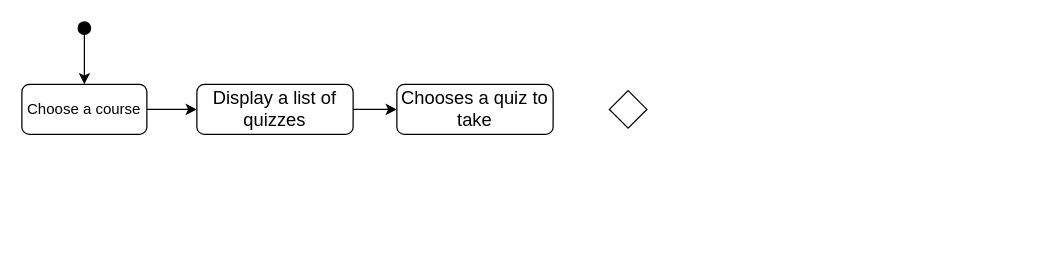
HuyVuong08/Software-Engineering keeps this draw.io diagram as Activity Diagram.drawio. Above is the earlier version. Source tidied: cells renumbered, new cells numbered last; positions are measured from the earlier drawing's top-left corner, leaving out a move shared by most shapes. Both pictures are drawn from the tidied source at 125%, with x=0, y=0 at pixel (21, 21).
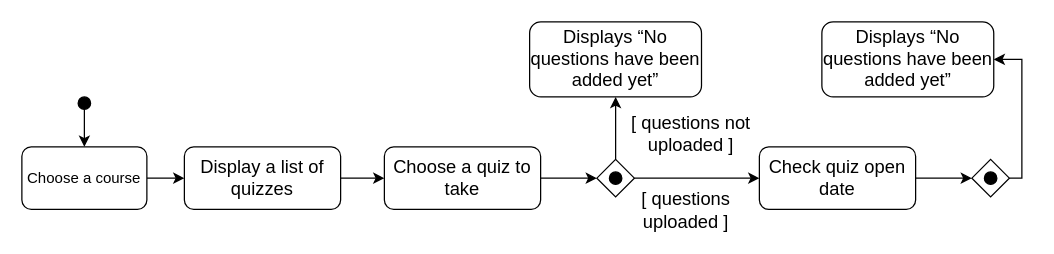
After the change.

The edit, as a diff of the source:
```diff
@@
     <mxCell id="3" style="ellipse;whiteSpace=wrap;html=1;fillColor=#000000;" parent="1" vertex="1">
-      <mxGeometry x="45" width="10" height="10" as="geometry" />
+      <mxGeometry x="45" y="60" width="10" height="10" as="geometry" />
     </mxCell>
@@
     <mxCell id="5" value="Choose a course" style="rounded=1;whiteSpace=wrap;html=1;fillColor=#FFFFFF;" parent="1" vertex="1">
-      <mxGeometry y="50" width="100" height="40" as="geometry" />
+      <mxGeometry y="100" width="100" height="50" as="geometry" />
     </mxCell>
@@
     <mxCell id="7" value="&lt;span style=&quot;font-size: 11pt ; font-family: &amp;#34;arial&amp;#34; ; color: rgb(0 , 0 , 0) ; background-color: transparent ; font-weight: 400 ; font-style: normal ; font-variant: normal ; text-decoration: none ; vertical-align: baseline&quot; id=&quot;docs-internal-guid-ca1dcce4-7fff-27a4-cba9-b2763112202d&quot;&gt;Display a list of quizzes&lt;/span&gt;" style="rounded=1;whiteSpace=wrap;html=1;fillColor=#FFFFFF;" parent="1" vertex="1">
-      <mxGeometry x="140" y="50" width="125" height="40" as="geometry" />
+      <mxGeometry x="130" y="100" width="125" height="50" as="geometry" />
     </mxCell>
+    <mxCell id="10" style="edgeStyle=orthogonalEdgeStyle;rounded=0;jettySize=auto;html=1;entryX=0;entryY=0.5;entryDx=0;entryDy=0;" parent="1" edge="1" source="8" target="9">
+      <mxGeometry relative="1" as="geometry" />
+    </mxCell>
-    <mxCell id="8" value="&lt;span style=&quot;font-size: 11pt ; font-family: &amp;#34;arial&amp;#34; ; color: rgb(0 , 0 , 0) ; background-color: transparent ; font-weight: 400 ; font-style: normal ; font-variant: normal ; text-decoration: none ; vertical-align: baseline&quot; id=&quot;docs-internal-guid-f9b0f070-7fff-f607-0604-e5bbde5d65c2&quot;&gt;Chooses a quiz to take&lt;/span&gt;" style="rounded=1;whiteSpace=wrap;html=1;fillColor=#FFFFFF;" parent="1" vertex="1">
-      <mxGeometry x="300" y="50" width="125" height="40" as="geometry" />
+    <mxCell id="8" value="&lt;span style=&quot;font-size: 11pt ; font-family: &amp;#34;arial&amp;#34; ; color: rgb(0 , 0 , 0) ; background-color: transparent ; font-weight: 400 ; font-style: normal ; font-variant: normal ; text-decoration: none ; vertical-align: baseline&quot; id=&quot;docs-internal-guid-f9b0f070-7fff-f607-0604-e5bbde5d65c2&quot;&gt;Choose a quiz to take&lt;/span&gt;" style="rounded=1;whiteSpace=wrap;html=1;fillColor=#FFFFFF;" parent="1" vertex="1">
+      <mxGeometry x="290" y="100" width="125" height="50" as="geometry" />
     </mxCell>
+    <mxCell id="11" style="group;" parent="1" vertex="1">
+      <mxGeometry x="460" y="110" width="30" height="30" as="geometry" />
+    </mxCell>
+    <mxCell id="12" style="group;" parent="11" vertex="1">
+      <mxGeometry width="30" height="30" as="geometry" />
+    </mxCell>
-    <mxCell id="9" style="rhombus;whiteSpace=wrap;html=1;fillColor=#FFFFFF;" parent="1" vertex="1">
-      <mxGeometry x="470" y="55" width="30" height="30" as="geometry" />
+    <mxCell id="9" style="rhombus;whiteSpace=wrap;html=1;fillColor=#FFFFFF;" parent="12" vertex="1">
+      <mxGeometry width="30" height="30" as="geometry" />
     </mxCell>
+    <mxCell id="13" style="ellipse;whiteSpace=wrap;html=1;fillColor=#000000;" parent="12" vertex="1">
+      <mxGeometry x="10" y="10" width="10" height="10" as="geometry" />
+    </mxCell>
+    <mxCell id="14" style="edgeStyle=orthogonalEdgeStyle;rounded=0;jettySize=auto;html=1;exitX=1;exitY=0.5;exitDx=0;exitDy=0;entryX=0;entryY=0.5;entryDx=0;entryDy=0;" parent="1" edge="1" source="15" target="21">
+      <mxGeometry relative="1" as="geometry" />
+    </mxCell>
+    <mxCell id="15" value="&lt;span style=&quot;font-size: 11pt ; font-family: &amp;#34;arial&amp;#34; ; color: rgb(0 , 0 , 0) ; background-color: transparent ; font-weight: 400 ; font-style: normal ; font-variant: normal ; text-decoration: none ; vertical-align: baseline&quot; id=&quot;docs-internal-guid-7c33a0d0-7fff-b234-5660-c0ef3cbe4906&quot;&gt;Check quiz open date&lt;/span&gt;" style="rounded=1;whiteSpace=wrap;html=1;fillColor=#FFFFFF;" parent="1" vertex="1">
+      <mxGeometry x="590" y="100" width="125" height="50" as="geometry" />
+    </mxCell>
+    <mxCell id="16" style="edgeStyle=orthogonalEdgeStyle;rounded=0;jettySize=auto;html=1;" parent="1" edge="1" source="9" target="15">
+      <mxGeometry relative="1" as="geometry" />
+    </mxCell>
+    <mxCell id="17" value="&lt;div&gt;&lt;span style=&quot;font-size: 11pt ; font-family: &amp;#34;arial&amp;#34; ; color: rgb(0 , 0 , 0) ; background-color: transparent ; font-weight: 400 ; font-style: normal ; font-variant: normal ; text-decoration: none ; vertical-align: baseline&quot; id=&quot;docs-internal-guid-7c33a0d0-7fff-b234-5660-c0ef3cbe4906&quot;&gt;[ questions &lt;br&gt;&lt;/span&gt;&lt;/div&gt;&lt;div&gt;&lt;span style=&quot;font-size: 11pt ; font-family: &amp;#34;arial&amp;#34; ; color: rgb(0 , 0 , 0) ; background-color: transparent ; font-weight: 400 ; font-style: normal ; font-variant: normal ; text-decoration: none ; vertical-align: baseline&quot; id=&quot;docs-internal-guid-7c33a0d0-7fff-b234-5660-c0ef3cbe4906&quot;&gt;uploaded ]&lt;/span&gt;&lt;/div&gt;" style="edgeLabel;html=1;align=center;verticalAlign=middle;" parent="16" vertex="1">
+      <mxGeometry x="-0.3" y="-2" relative="1" as="geometry">
+        <mxPoint x="5" y="23" as="offset" />
+      </mxGeometry>
+    </mxCell>
+    <mxCell id="18" value="&lt;span style=&quot;font-size: 11pt ; font-family: &amp;#34;arial&amp;#34; ; color: rgb(0 , 0 , 0) ; background-color: transparent ; font-weight: 400 ; font-style: normal ; font-variant: normal ; text-decoration: none ; vertical-align: baseline&quot; id=&quot;docs-internal-guid-cef091fc-7fff-853b-4662-05197f052c5b&quot;&gt;Displays “No questions have been added yet”&lt;/span&gt;" style="rounded=1;whiteSpace=wrap;html=1;fillColor=#FFFFFF;" parent="1" vertex="1">
+      <mxGeometry x="406.2" width="137.5" height="60" as="geometry" />
+    </mxCell>
+    <mxCell id="19" style="group;" parent="1" vertex="1">
+      <mxGeometry x="760" y="110" width="30" height="30" as="geometry" />
+    </mxCell>
+    <mxCell id="20" style="group;" parent="19" vertex="1">
+      <mxGeometry width="30" height="30" as="geometry" />
+    </mxCell>
+    <mxCell id="21" style="rhombus;whiteSpace=wrap;html=1;fillColor=#FFFFFF;" parent="20" vertex="1">
+      <mxGeometry width="30" height="30" as="geometry" />
+    </mxCell>
+    <mxCell id="22" style="ellipse;whiteSpace=wrap;html=1;fillColor=#000000;" parent="20" vertex="1">
+      <mxGeometry x="10" y="10" width="10" height="10" as="geometry" />
+    </mxCell>
+    <mxCell id="23" style="edgeStyle=orthogonalEdgeStyle;rounded=0;jettySize=auto;html=1;" parent="1" edge="1" source="9" target="18">
+      <mxGeometry relative="1" as="geometry" />
+    </mxCell>
+    <mxCell id="24" value="&lt;div&gt;&lt;span style=&quot;font-size: 11pt ; font-family: &amp;#34;arial&amp;#34; ; color: rgb(0 , 0 , 0) ; background-color: transparent ; font-weight: 400 ; font-style: normal ; font-variant: normal ; text-decoration: none ; vertical-align: baseline&quot; id=&quot;docs-internal-guid-7c33a0d0-7fff-b234-5660-c0ef3cbe4906&quot;&gt;[ questions not &lt;br&gt;&lt;/span&gt;&lt;/div&gt;&lt;div&gt;&lt;span style=&quot;font-size: 11pt ; font-family: &amp;#34;arial&amp;#34; ; color: rgb(0 , 0 , 0) ; background-color: transparent ; font-weight: 400 ; font-style: normal ; font-variant: normal ; text-decoration: none ; vertical-align: baseline&quot; id=&quot;docs-internal-guid-7c33a0d0-7fff-b234-5660-c0ef3cbe4906&quot;&gt;uploaded ]&lt;/span&gt;&lt;/div&gt;" style="text;html=1;align=center;verticalAlign=middle;strokeColor=none;" parent="1" vertex="1">
+      <mxGeometry x="480" y="70" width="110" height="40" as="geometry" />
+    </mxCell>
+    <mxCell id="25" value="&lt;span style=&quot;font-size: 11pt ; font-family: &amp;#34;arial&amp;#34; ; color: rgb(0 , 0 , 0) ; background-color: transparent ; font-weight: 400 ; font-style: normal ; font-variant: normal ; text-decoration: none ; vertical-align: baseline&quot; id=&quot;docs-internal-guid-cef091fc-7fff-853b-4662-05197f052c5b&quot;&gt;Displays “No questions have been added yet”&lt;/span&gt;" style="rounded=1;whiteSpace=wrap;html=1;fillColor=#FFFFFF;" parent="1" vertex="1">
+      <mxGeometry x="640" width="137.5" height="60" as="geometry" />
+    </mxCell>
+    <mxCell id="26" style="edgeStyle=orthogonalEdgeStyle;rounded=0;jettySize=auto;html=1;entryX=1;entryY=0.5;entryDx=0;entryDy=0;exitX=1;exitY=0.5;exitDx=0;exitDy=0;" parent="1" edge="1" source="21" target="25">
+      <mxGeometry relative="1" as="geometry">
+        <Array as="points">
+          <mxPoint x="800" y="125" />
+          <mxPoint x="800" y="30" />
+        </Array>
+      </mxGeometry>
+    </mxCell>
```
